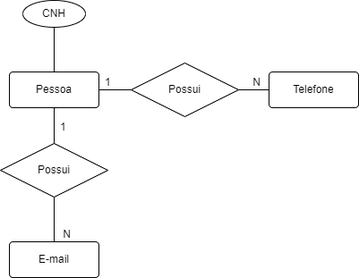
Earlier version of the draw.io export Diagramas/sprint-1-exercicio-1.1.drawio.png (MatheusMacedoDev/2023-S2-sprint-1-exercises). Source tidied: cells renumbered, new cells last; positions are measured from the earlier drawing's top-left corner, leaving out a move shared by most shapes.
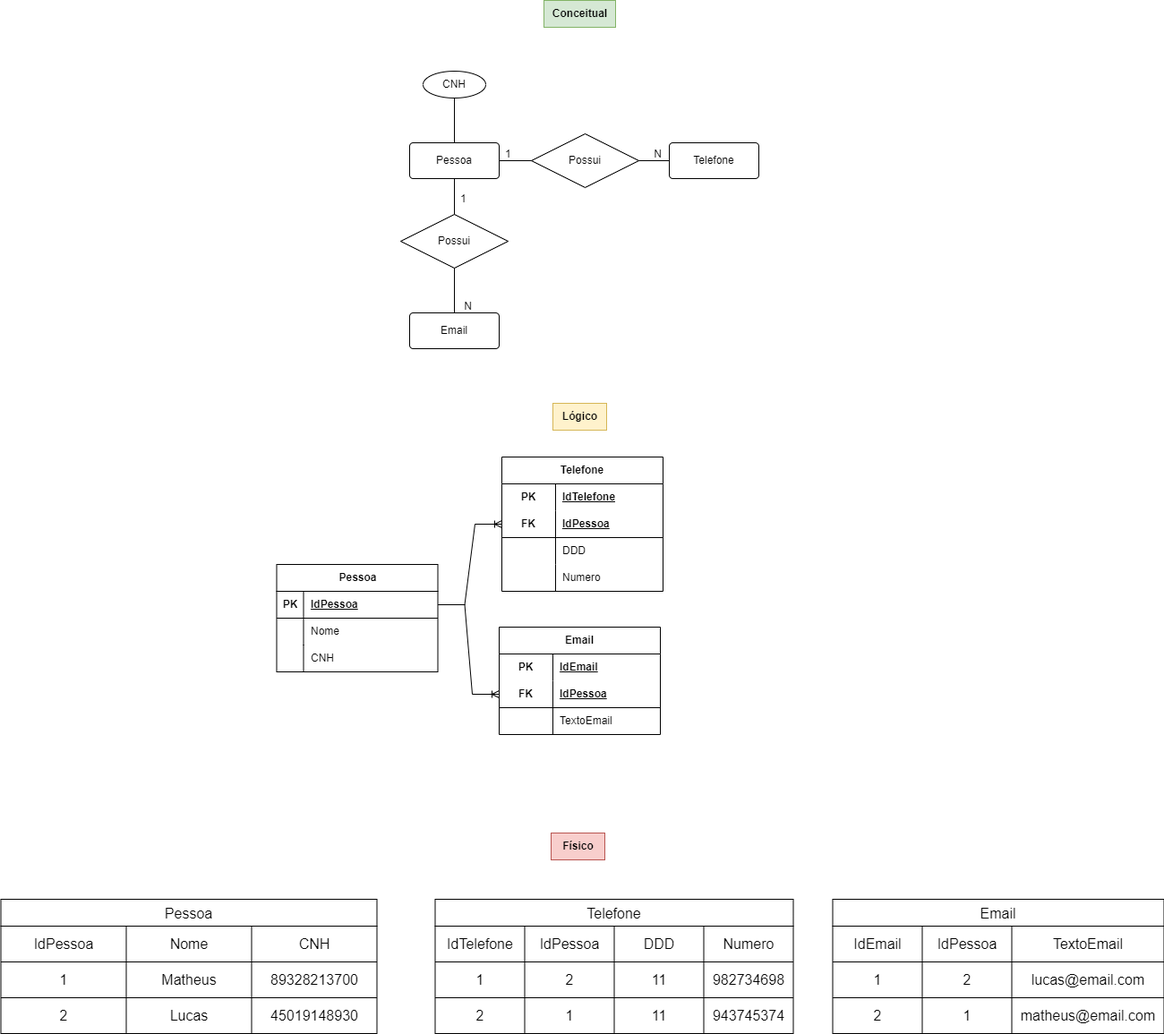
The same diagram one commit later.

The edit, as a diff of the source:
```diff
@@ -11,7 +11,7 @@
     <mxCell id="4" value="Telefone" style="rounded=1;arcSize=10;whiteSpace=wrap;html=1;align=center;" parent="1" vertex="1">
       <mxGeometry x="300" y="80" width="100" height="40" as="geometry" />
     </mxCell>
-    <mxCell id="5" value="E-mail" style="rounded=1;arcSize=10;whiteSpace=wrap;html=1;align=center;" parent="1" vertex="1">
+    <mxCell id="5" value="Email" style="rounded=1;arcSize=10;whiteSpace=wrap;html=1;align=center;" parent="1" vertex="1">
       <mxGeometry x="10" y="270" width="100" height="40" as="geometry" />
     </mxCell>
     <mxCell id="6" style="endArrow=none;html=1;rounded=0;entryX=0;entryY=0.5;entryDx=0;entryDy=0;" parent="1" edge="1" target="4">
@@ -51,5 +51,245 @@
     <mxCell id="14" value="CNH" style="ellipse;whiteSpace=wrap;html=1;align=center;" parent="1" vertex="1">
       <mxGeometry x="25" width="70" height="30" as="geometry" />
     </mxCell>
+    <mxCell id="15" value="Conceitual" style="text;html=1;align=center;verticalAlign=middle;strokeColor=#82b366;fillColor=#d5e8d4;fontStyle=1;" parent="1" vertex="1">
+      <mxGeometry x="160" y="-79" width="80" height="30" as="geometry" />
+    </mxCell>
+    <mxCell id="16" value="Lógico" style="text;html=1;align=center;verticalAlign=middle;strokeColor=#d6b656;fillColor=#fff2cc;fontStyle=1;" parent="1" vertex="1">
+      <mxGeometry x="170" y="371" width="60" height="30" as="geometry" />
+    </mxCell>
+    <mxCell id="17" value="Telefone" style="shape=table;startSize=30;rowLines=0;fontStyle=1;align=center;html=1;whiteSpace=wrap;" parent="1" vertex="1">
+      <mxGeometry x="113" y="431" width="180" height="150" as="geometry" />
+    </mxCell>
+    <mxCell id="18" style="shape=tableRow;horizontal=0;startSize=0;swimlaneHead=0;swimlaneBody=0;fillColor=none;top=0;left=0;right=0;bottom=0;html=1;" parent="17" vertex="1">
+      <mxGeometry y="30" width="180" height="30" as="geometry" />
+    </mxCell>
+    <mxCell id="19" value="PK" style="shape=partialRectangle;fillColor=none;top=0;left=0;bottom=0;right=0;fontStyle=1;overflow=hidden;html=1;whiteSpace=wrap;" parent="18" vertex="1">
+      <mxGeometry width="60" height="30" as="geometry" />
+    </mxCell>
+    <mxCell id="20" value="IdTelefone" style="shape=partialRectangle;fillColor=none;top=0;left=0;bottom=0;right=0;align=left;spacingLeft=6;fontStyle=5;overflow=hidden;html=1;whiteSpace=wrap;" parent="18" vertex="1">
+      <mxGeometry x="60" width="120" height="30" as="geometry" />
+    </mxCell>
+    <mxCell id="21" style="shape=tableRow;horizontal=0;startSize=0;swimlaneHead=0;swimlaneBody=0;fillColor=none;points=[[0,0.5],[1,0.5]];portConstraint=eastwest;top=0;left=0;right=0;bottom=1;html=1;" parent="17" vertex="1">
+      <mxGeometry y="60" width="180" height="30" as="geometry" />
+    </mxCell>
+    <mxCell id="22" value="FK" style="shape=partialRectangle;fillColor=none;top=0;left=0;bottom=0;right=0;fontStyle=1;overflow=hidden;html=1;whiteSpace=wrap;" parent="21" vertex="1">
+      <mxGeometry width="60" height="30" as="geometry" />
+    </mxCell>
+    <mxCell id="23" value="IdPessoa" style="shape=partialRectangle;fillColor=none;top=0;left=0;bottom=0;right=0;align=left;spacingLeft=6;fontStyle=5;overflow=hidden;html=1;whiteSpace=wrap;" parent="21" vertex="1">
+      <mxGeometry x="60" width="120" height="30" as="geometry" />
+    </mxCell>
+    <mxCell id="24" style="shape=tableRow;horizontal=0;startSize=0;swimlaneHead=0;swimlaneBody=0;fillColor=none;top=0;left=0;right=0;bottom=0;html=1;" parent="17" vertex="1">
+      <mxGeometry y="90" width="180" height="30" as="geometry" />
+    </mxCell>
+    <mxCell id="25" style="shape=partialRectangle;fillColor=none;top=0;left=0;bottom=0;right=0;overflow=hidden;html=1;whiteSpace=wrap;" parent="24" vertex="1">
+      <mxGeometry width="60" height="30" as="geometry" />
+    </mxCell>
+    <mxCell id="26" value="DDD" style="shape=partialRectangle;fillColor=none;top=0;left=0;bottom=0;right=0;align=left;spacingLeft=6;overflow=hidden;html=1;whiteSpace=wrap;" parent="24" vertex="1">
+      <mxGeometry x="60" width="120" height="30" as="geometry" />
+    </mxCell>
+    <mxCell id="27" style="shape=tableRow;horizontal=0;startSize=0;swimlaneHead=0;swimlaneBody=0;fillColor=none;top=0;left=0;right=0;bottom=0;html=1;" parent="17" vertex="1">
+      <mxGeometry y="120" width="180" height="30" as="geometry" />
+    </mxCell>
+    <mxCell id="28" style="shape=partialRectangle;fillColor=none;top=0;left=0;bottom=0;right=0;overflow=hidden;html=1;whiteSpace=wrap;" parent="27" vertex="1">
+      <mxGeometry width="60" height="30" as="geometry" />
+    </mxCell>
+    <mxCell id="29" value="Numero" style="shape=partialRectangle;fillColor=none;top=0;left=0;bottom=0;right=0;align=left;spacingLeft=6;overflow=hidden;html=1;whiteSpace=wrap;" parent="27" vertex="1">
+      <mxGeometry x="60" width="120" height="30" as="geometry" />
+    </mxCell>
+    <mxCell id="30" value="Email" style="shape=table;startSize=30;rowLines=0;fontStyle=1;align=center;html=1;whiteSpace=wrap;" parent="1" vertex="1">
+      <mxGeometry x="110" y="621" width="180" height="120" as="geometry" />
+    </mxCell>
+    <mxCell id="31" style="shape=tableRow;horizontal=0;startSize=0;swimlaneHead=0;swimlaneBody=0;fillColor=none;top=0;left=0;right=0;bottom=0;html=1;" parent="30" vertex="1">
+      <mxGeometry y="30" width="180" height="30" as="geometry" />
+    </mxCell>
+    <mxCell id="32" value="PK" style="shape=partialRectangle;fillColor=none;top=0;left=0;bottom=0;right=0;fontStyle=1;overflow=hidden;html=1;whiteSpace=wrap;" parent="31" vertex="1">
+      <mxGeometry width="60" height="30" as="geometry" />
+    </mxCell>
+    <mxCell id="33" value="IdEmail" style="shape=partialRectangle;fillColor=none;top=0;left=0;bottom=0;right=0;align=left;spacingLeft=6;fontStyle=5;overflow=hidden;html=1;whiteSpace=wrap;" parent="31" vertex="1">
+      <mxGeometry x="60" width="120" height="30" as="geometry" />
+    </mxCell>
+    <mxCell id="34" style="shape=tableRow;horizontal=0;startSize=0;swimlaneHead=0;swimlaneBody=0;fillColor=none;points=[[0,0.5],[1,0.5]];portConstraint=eastwest;top=0;left=0;right=0;bottom=1;html=1;" parent="30" vertex="1">
+      <mxGeometry y="60" width="180" height="30" as="geometry" />
+    </mxCell>
+    <mxCell id="35" value="FK" style="shape=partialRectangle;fillColor=none;top=0;left=0;bottom=0;right=0;fontStyle=1;overflow=hidden;html=1;whiteSpace=wrap;" parent="34" vertex="1">
+      <mxGeometry width="60" height="30" as="geometry" />
+    </mxCell>
+    <mxCell id="36" value="IdPessoa" style="shape=partialRectangle;fillColor=none;top=0;left=0;bottom=0;right=0;align=left;spacingLeft=6;fontStyle=5;overflow=hidden;html=1;whiteSpace=wrap;" parent="34" vertex="1">
+      <mxGeometry x="60" width="120" height="30" as="geometry" />
+    </mxCell>
+    <mxCell id="37" style="shape=tableRow;horizontal=0;startSize=0;swimlaneHead=0;swimlaneBody=0;fillColor=none;top=0;left=0;right=0;bottom=0;html=1;" parent="30" vertex="1">
+      <mxGeometry y="90" width="180" height="30" as="geometry" />
+    </mxCell>
+    <mxCell id="38" style="shape=partialRectangle;fillColor=none;top=0;left=0;bottom=0;right=0;overflow=hidden;html=1;whiteSpace=wrap;" parent="37" vertex="1">
+      <mxGeometry width="60" height="30" as="geometry" />
+    </mxCell>
+    <mxCell id="39" value="TextoEmail" style="shape=partialRectangle;fillColor=none;top=0;left=0;bottom=0;right=0;align=left;spacingLeft=6;overflow=hidden;html=1;whiteSpace=wrap;" parent="37" vertex="1">
+      <mxGeometry x="60" width="120" height="30" as="geometry" />
+    </mxCell>
+    <mxCell id="40" value="Pessoa" style="shape=table;startSize=30;rowLines=0;fontStyle=1;align=center;html=1;" parent="1" vertex="1">
+      <mxGeometry x="-138.5" y="551" width="180" height="120" as="geometry" />
+    </mxCell>
+    <mxCell id="41" style="shape=tableRow;horizontal=0;startSize=0;swimlaneHead=0;swimlaneBody=0;fillColor=none;points=[[0,0.5],[1,0.5]];portConstraint=eastwest;top=0;left=0;right=0;bottom=1;" parent="40" vertex="1">
+      <mxGeometry y="30" width="180" height="30" as="geometry" />
+    </mxCell>
+    <mxCell id="42" value="PK" style="shape=partialRectangle;fillColor=none;top=0;left=0;bottom=0;right=0;fontStyle=1;overflow=hidden;whiteSpace=wrap;html=1;" parent="41" vertex="1">
+      <mxGeometry width="30" height="30" as="geometry" />
+    </mxCell>
+    <mxCell id="43" value="IdPessoa" style="shape=partialRectangle;fillColor=none;top=0;left=0;bottom=0;right=0;align=left;spacingLeft=6;fontStyle=5;overflow=hidden;whiteSpace=wrap;html=1;" parent="41" vertex="1">
+      <mxGeometry x="30" width="150" height="30" as="geometry" />
+    </mxCell>
+    <mxCell id="44" style="shape=tableRow;horizontal=0;startSize=0;swimlaneHead=0;swimlaneBody=0;fillColor=none;top=0;left=0;right=0;bottom=0;" parent="40" vertex="1">
+      <mxGeometry y="60" width="180" height="30" as="geometry" />
+    </mxCell>
+    <mxCell id="45" style="shape=partialRectangle;fillColor=none;top=0;left=0;bottom=0;right=0;overflow=hidden;whiteSpace=wrap;html=1;" parent="44" vertex="1">
+      <mxGeometry width="30" height="30" as="geometry" />
+    </mxCell>
+    <mxCell id="46" value="Nome" style="shape=partialRectangle;fillColor=none;top=0;left=0;bottom=0;right=0;align=left;spacingLeft=6;overflow=hidden;whiteSpace=wrap;html=1;" parent="44" vertex="1">
+      <mxGeometry x="30" width="150" height="30" as="geometry" />
+    </mxCell>
+    <mxCell id="47" style="shape=tableRow;horizontal=0;startSize=0;swimlaneHead=0;swimlaneBody=0;fillColor=none;top=0;left=0;right=0;bottom=0;" parent="40" vertex="1">
+      <mxGeometry y="90" width="180" height="30" as="geometry" />
+    </mxCell>
+    <mxCell id="48" style="shape=partialRectangle;fillColor=none;top=0;left=0;bottom=0;right=0;overflow=hidden;whiteSpace=wrap;html=1;" parent="47" vertex="1">
+      <mxGeometry width="30" height="30" as="geometry" />
+    </mxCell>
+    <mxCell id="49" value="CNH" style="shape=partialRectangle;fillColor=none;top=0;left=0;bottom=0;right=0;align=left;spacingLeft=6;overflow=hidden;whiteSpace=wrap;html=1;" parent="47" vertex="1">
+      <mxGeometry x="30" width="150" height="30" as="geometry" />
+    </mxCell>
+    <mxCell id="50" value="Físico" style="text;html=1;align=center;verticalAlign=middle;strokeColor=#b85450;fillColor=#f8cecc;fontStyle=1;" parent="1" vertex="1">
+      <mxGeometry x="168" y="851" width="60" height="30" as="geometry" />
+    </mxCell>
+    <mxCell id="51" value="Telefone" style="shape=table;startSize=30;strokeColor=default;fontSize=16;" parent="1" vertex="1">
+      <mxGeometry x="38.5" y="925" width="400" height="150" as="geometry" />
+    </mxCell>
+    <mxCell id="52" style="shape=tableRow;horizontal=0;startSize=0;swimlaneHead=0;swimlaneBody=0;strokeColor=inherit;top=0;left=0;bottom=0;right=0;fillColor=none;fontSize=16;" parent="51" vertex="1">
+      <mxGeometry y="30" width="400" height="40" as="geometry" />
+    </mxCell>
+    <mxCell id="53" value="IdTelefone" style="shape=partialRectangle;html=1;whiteSpace=wrap;strokeColor=inherit;overflow=hidden;fillColor=none;top=0;left=0;bottom=0;right=0;fontSize=16;" parent="52" vertex="1">
+      <mxGeometry width="100" height="40" as="geometry" />
+    </mxCell>
+    <mxCell id="54" value="IdPessoa" style="shape=partialRectangle;html=1;whiteSpace=wrap;strokeColor=inherit;overflow=hidden;fillColor=none;top=0;left=0;bottom=0;right=0;fontSize=16;" parent="52" vertex="1">
+      <mxGeometry x="100" width="100" height="40" as="geometry" />
+    </mxCell>
+    <mxCell id="55" value="DDD" style="shape=partialRectangle;html=1;whiteSpace=wrap;strokeColor=inherit;overflow=hidden;fillColor=none;top=0;left=0;bottom=0;right=0;fontSize=16;" parent="52" vertex="1">
+      <mxGeometry x="200" width="100" height="40" as="geometry" />
+    </mxCell>
+    <mxCell id="56" value="Numero" style="shape=partialRectangle;html=1;whiteSpace=wrap;strokeColor=inherit;overflow=hidden;fillColor=none;top=0;left=0;bottom=0;right=0;fontSize=16;" parent="52" vertex="1">
+      <mxGeometry x="300" width="100" height="40" as="geometry" />
+    </mxCell>
+    <mxCell id="57" style="shape=tableRow;horizontal=0;startSize=0;swimlaneHead=0;swimlaneBody=0;strokeColor=inherit;top=0;left=0;bottom=0;right=0;fillColor=none;fontSize=16;" parent="51" vertex="1">
+      <mxGeometry y="70" width="400" height="40" as="geometry" />
+    </mxCell>
+    <mxCell id="58" value="1" style="shape=partialRectangle;html=1;whiteSpace=wrap;strokeColor=inherit;overflow=hidden;fillColor=none;top=0;left=0;bottom=0;right=0;fontSize=16;" parent="57" vertex="1">
+      <mxGeometry width="100" height="40" as="geometry" />
+    </mxCell>
+    <mxCell id="59" value="2" style="shape=partialRectangle;html=1;whiteSpace=wrap;strokeColor=inherit;overflow=hidden;fillColor=none;top=0;left=0;bottom=0;right=0;fontSize=16;" parent="57" vertex="1">
+      <mxGeometry x="100" width="100" height="40" as="geometry" />
+    </mxCell>
+    <mxCell id="60" value="11" style="shape=partialRectangle;html=1;whiteSpace=wrap;strokeColor=inherit;overflow=hidden;fillColor=none;top=0;left=0;bottom=0;right=0;fontSize=16;" parent="57" vertex="1">
+      <mxGeometry x="200" width="100" height="40" as="geometry" />
+    </mxCell>
+    <mxCell id="61" value="982734698" style="shape=partialRectangle;html=1;whiteSpace=wrap;strokeColor=inherit;overflow=hidden;fillColor=none;top=0;left=0;bottom=0;right=0;fontSize=16;" parent="57" vertex="1">
+      <mxGeometry x="300" width="100" height="40" as="geometry" />
+    </mxCell>
+    <mxCell id="62" style="shape=tableRow;horizontal=0;startSize=0;swimlaneHead=0;swimlaneBody=0;strokeColor=inherit;top=0;left=0;bottom=0;right=0;fillColor=none;fontSize=16;" parent="51" vertex="1">
+      <mxGeometry y="110" width="400" height="40" as="geometry" />
+    </mxCell>
+    <mxCell id="63" value="2" style="shape=partialRectangle;html=1;whiteSpace=wrap;strokeColor=inherit;overflow=hidden;fillColor=none;top=0;left=0;bottom=0;right=0;fontSize=16;" parent="62" vertex="1">
+      <mxGeometry width="100" height="40" as="geometry" />
+    </mxCell>
+    <mxCell id="64" value="1" style="shape=partialRectangle;html=1;whiteSpace=wrap;strokeColor=inherit;overflow=hidden;fillColor=none;top=0;left=0;bottom=0;right=0;fontSize=16;" parent="62" vertex="1">
+      <mxGeometry x="100" width="100" height="40" as="geometry" />
+    </mxCell>
+    <mxCell id="65" value="11" style="shape=partialRectangle;html=1;whiteSpace=wrap;strokeColor=inherit;overflow=hidden;fillColor=none;top=0;left=0;bottom=0;right=0;fontSize=16;" parent="62" vertex="1">
+      <mxGeometry x="200" width="100" height="40" as="geometry" />
+    </mxCell>
+    <mxCell id="66" value="943745374" style="shape=partialRectangle;html=1;whiteSpace=wrap;strokeColor=inherit;overflow=hidden;fillColor=none;top=0;left=0;bottom=0;right=0;fontSize=16;" parent="62" vertex="1">
+      <mxGeometry x="300" width="100" height="40" as="geometry" />
+    </mxCell>
+    <mxCell id="67" value="Pessoa" style="shape=table;startSize=30;strokeColor=default;fontSize=16;" parent="1" vertex="1">
+      <mxGeometry x="-446.5" y="925" width="420" height="150" as="geometry" />
+    </mxCell>
+    <mxCell id="68" style="shape=tableRow;horizontal=0;startSize=0;swimlaneHead=0;swimlaneBody=0;strokeColor=inherit;top=0;left=0;bottom=0;right=0;fillColor=none;fontSize=16;" parent="67" vertex="1">
+      <mxGeometry y="30" width="420" height="40" as="geometry" />
+    </mxCell>
+    <mxCell id="69" value="IdPessoa" style="shape=partialRectangle;html=1;whiteSpace=wrap;strokeColor=inherit;overflow=hidden;fillColor=none;top=0;left=0;bottom=0;right=0;fontSize=16;" parent="68" vertex="1">
+      <mxGeometry width="140" height="40" as="geometry" />
+    </mxCell>
+    <mxCell id="70" value="Nome" style="shape=partialRectangle;html=1;whiteSpace=wrap;strokeColor=inherit;overflow=hidden;fillColor=none;top=0;left=0;bottom=0;right=0;fontSize=16;" parent="68" vertex="1">
+      <mxGeometry x="140" width="140" height="40" as="geometry" />
+    </mxCell>
+    <mxCell id="71" value="CNH" style="shape=partialRectangle;html=1;whiteSpace=wrap;strokeColor=inherit;overflow=hidden;fillColor=none;top=0;left=0;bottom=0;right=0;fontSize=16;" parent="68" vertex="1">
+      <mxGeometry x="280" width="140" height="40" as="geometry" />
+    </mxCell>
+    <mxCell id="72" style="shape=tableRow;horizontal=0;startSize=0;swimlaneHead=0;swimlaneBody=0;strokeColor=inherit;top=0;left=0;bottom=0;right=0;fillColor=none;fontSize=16;" parent="67" vertex="1">
+      <mxGeometry y="70" width="420" height="40" as="geometry" />
+    </mxCell>
+    <mxCell id="73" value="1" style="shape=partialRectangle;html=1;whiteSpace=wrap;strokeColor=inherit;overflow=hidden;fillColor=none;top=0;left=0;bottom=0;right=0;fontSize=16;" parent="72" vertex="1">
+      <mxGeometry width="140" height="40" as="geometry" />
+    </mxCell>
+    <mxCell id="74" value="Matheus" style="shape=partialRectangle;html=1;whiteSpace=wrap;strokeColor=inherit;overflow=hidden;fillColor=none;top=0;left=0;bottom=0;right=0;fontSize=16;" parent="72" vertex="1">
+      <mxGeometry x="140" width="140" height="40" as="geometry" />
+    </mxCell>
+    <mxCell id="75" value="89328213700" style="shape=partialRectangle;html=1;whiteSpace=wrap;strokeColor=inherit;overflow=hidden;fillColor=none;top=0;left=0;bottom=0;right=0;fontSize=16;" parent="72" vertex="1">
+      <mxGeometry x="280" width="140" height="40" as="geometry" />
+    </mxCell>
+    <mxCell id="76" style="shape=tableRow;horizontal=0;startSize=0;swimlaneHead=0;swimlaneBody=0;strokeColor=inherit;top=0;left=0;bottom=0;right=0;fillColor=none;fontSize=16;" parent="67" vertex="1">
+      <mxGeometry y="110" width="420" height="40" as="geometry" />
+    </mxCell>
+    <mxCell id="77" value="2" style="shape=partialRectangle;html=1;whiteSpace=wrap;strokeColor=inherit;overflow=hidden;fillColor=none;top=0;left=0;bottom=0;right=0;fontSize=16;" parent="76" vertex="1">
+      <mxGeometry width="140" height="40" as="geometry" />
+    </mxCell>
+    <mxCell id="78" value="Lucas" style="shape=partialRectangle;html=1;whiteSpace=wrap;strokeColor=inherit;overflow=hidden;fillColor=none;top=0;left=0;bottom=0;right=0;fontSize=16;" parent="76" vertex="1">
+      <mxGeometry x="140" width="140" height="40" as="geometry" />
+    </mxCell>
+    <mxCell id="79" value="45019148930" style="shape=partialRectangle;html=1;whiteSpace=wrap;strokeColor=inherit;overflow=hidden;fillColor=none;top=0;left=0;bottom=0;right=0;fontSize=16;" parent="76" vertex="1">
+      <mxGeometry x="280" width="140" height="40" as="geometry" />
+    </mxCell>
+    <mxCell id="80" value="Email" style="shape=table;startSize=30;strokeColor=default;fontSize=16;" parent="1" vertex="1">
+      <mxGeometry x="482.5" y="925" width="370" height="150" as="geometry" />
+    </mxCell>
+    <mxCell id="81" style="shape=tableRow;horizontal=0;startSize=0;swimlaneHead=0;swimlaneBody=0;strokeColor=inherit;top=0;left=0;bottom=0;right=0;fillColor=none;fontSize=16;" parent="80" vertex="1">
+      <mxGeometry y="30" width="370" height="40" as="geometry" />
+    </mxCell>
+    <mxCell id="82" value="IdEmail" style="shape=partialRectangle;html=1;whiteSpace=wrap;strokeColor=inherit;overflow=hidden;fillColor=none;top=0;left=0;bottom=0;right=0;fontSize=16;" parent="81" vertex="1">
+      <mxGeometry width="100" height="40" as="geometry" />
+    </mxCell>
+    <mxCell id="83" value="IdPessoa" style="shape=partialRectangle;html=1;whiteSpace=wrap;strokeColor=inherit;overflow=hidden;fillColor=none;top=0;left=0;bottom=0;right=0;fontSize=16;" parent="81" vertex="1">
+      <mxGeometry x="100" width="100" height="40" as="geometry" />
+    </mxCell>
+    <mxCell id="84" value="TextoEmail" style="shape=partialRectangle;html=1;whiteSpace=wrap;strokeColor=inherit;overflow=hidden;fillColor=none;top=0;left=0;bottom=0;right=0;fontSize=16;" parent="81" vertex="1">
+      <mxGeometry x="200" width="170" height="40" as="geometry" />
+    </mxCell>
+    <mxCell id="85" style="shape=tableRow;horizontal=0;startSize=0;swimlaneHead=0;swimlaneBody=0;strokeColor=inherit;top=0;left=0;bottom=0;right=0;fillColor=none;fontSize=16;" parent="80" vertex="1">
+      <mxGeometry y="70" width="370" height="40" as="geometry" />
+    </mxCell>
+    <mxCell id="86" value="1" style="shape=partialRectangle;html=1;whiteSpace=wrap;strokeColor=inherit;overflow=hidden;fillColor=none;top=0;left=0;bottom=0;right=0;fontSize=16;" parent="85" vertex="1">
+      <mxGeometry width="100" height="40" as="geometry" />
+    </mxCell>
+    <mxCell id="87" value="2" style="shape=partialRectangle;html=1;whiteSpace=wrap;strokeColor=inherit;overflow=hidden;fillColor=none;top=0;left=0;bottom=0;right=0;fontSize=16;" parent="85" vertex="1">
+      <mxGeometry x="100" width="100" height="40" as="geometry" />
+    </mxCell>
+    <mxCell id="88" value="lucas@email.com" style="shape=partialRectangle;html=1;whiteSpace=wrap;strokeColor=inherit;overflow=hidden;fillColor=none;top=0;left=0;bottom=0;right=0;fontSize=16;" parent="85" vertex="1">
+      <mxGeometry x="200" width="170" height="40" as="geometry" />
+    </mxCell>
+    <mxCell id="89" style="shape=tableRow;horizontal=0;startSize=0;swimlaneHead=0;swimlaneBody=0;strokeColor=inherit;top=0;left=0;bottom=0;right=0;fillColor=none;fontSize=16;" parent="80" vertex="1">
+      <mxGeometry y="110" width="370" height="40" as="geometry" />
+    </mxCell>
+    <mxCell id="90" value="2" style="shape=partialRectangle;html=1;whiteSpace=wrap;strokeColor=inherit;overflow=hidden;fillColor=none;top=0;left=0;bottom=0;right=0;fontSize=16;" parent="89" vertex="1">
+      <mxGeometry width="100" height="40" as="geometry" />
+    </mxCell>
+    <mxCell id="91" value="1" style="shape=partialRectangle;html=1;whiteSpace=wrap;strokeColor=inherit;overflow=hidden;fillColor=none;top=0;left=0;bottom=0;right=0;fontSize=16;" parent="89" vertex="1">
+      <mxGeometry x="100" width="100" height="40" as="geometry" />
+    </mxCell>
+    <mxCell id="92" value="matheus@email.com" style="shape=partialRectangle;html=1;whiteSpace=wrap;strokeColor=inherit;overflow=hidden;fillColor=none;top=0;left=0;bottom=0;right=0;fontSize=16;" parent="89" vertex="1">
+      <mxGeometry x="200" width="170" height="40" as="geometry" />
+    </mxCell>
+    <mxCell id="93" style="edgeStyle=entityRelationEdgeStyle;fontSize=12;html=1;endArrow=ERoneToMany;rounded=0;exitX=1;exitY=0.5;exitDx=0;exitDy=0;entryX=0;entryY=0.5;entryDx=0;entryDy=0;" parent="1" edge="1" source="41" target="21">
+      <mxGeometry relative="1" as="geometry" />
+    </mxCell>
+    <mxCell id="94" style="edgeStyle=entityRelationEdgeStyle;fontSize=12;html=1;endArrow=ERoneToMany;rounded=0;exitX=1;exitY=0.5;exitDx=0;exitDy=0;entryX=0;entryY=0.5;entryDx=0;entryDy=0;" parent="1" edge="1" source="41" target="34">
+      <mxGeometry relative="1" as="geometry" />
+    </mxCell>
   </root>
 </mxGraphModel>
```
